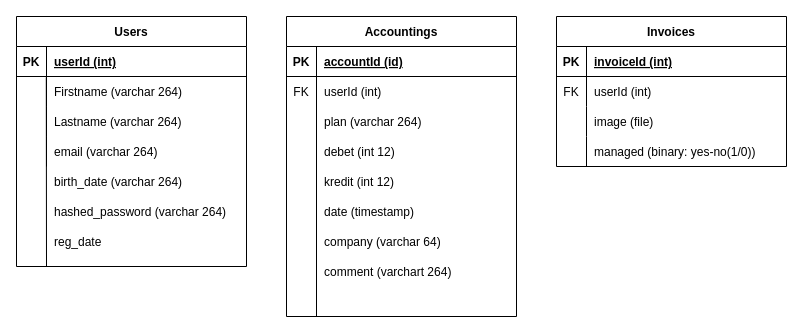
This is ER_diagram.drawio from LucasHSchuber/react_projekt_javascriptbaserad_webbutveckling, a draw.io file, before an edit. Source tidied: cells renumbered, new cells numbered last; positions are measured from the earlier drawing's top-left corner, leaving out a move shared by most shapes. Both pictures are drawn from the tidied source at 100%, with x=0, y=0 at pixel (16, 16).
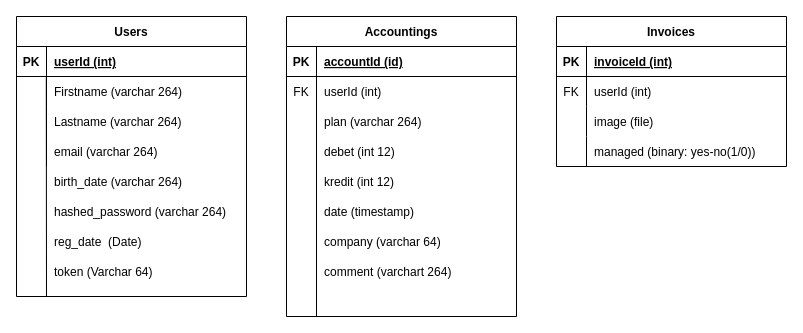
Above is the later version.

Diff of the diagram source:
```diff
@@
     <mxCell id="2" value="Users" style="shape=table;startSize=30;childLayout=tableLayout;rowLines=0;fontStyle=1;align=center;" parent="1" vertex="1">
-      <mxGeometry width="230" height="250" as="geometry" />
+      <mxGeometry width="230" height="280" as="geometry" />
     </mxCell>
@@
-    <mxCell id="15" value="reg_date " style="shape=partialRectangle;fillColor=none;top=0;left=0;bottom=0;right=0;align=left;spacingLeft=6;overflow=hidden;" parent="1" vertex="1">
+    <mxCell id="15" value="reg_date  (Date)" style="shape=partialRectangle;fillColor=none;top=0;left=0;bottom=0;right=0;align=left;spacingLeft=6;overflow=hidden;" parent="1" vertex="1">
       <mxGeometry x="30" y="210" width="150" height="30" as="geometry" />
     </mxCell>
@@
     <mxCell id="18" style="endArrow=none;html=1;rounded=0;exitX=0.171;exitY=0.03;exitDx=0;exitDy=0;exitPerimeter=0;" parent="1" edge="1">
       <mxGeometry relative="1" as="geometry">
         <mxPoint x="29.8" y="60.9" as="sourcePoint" />
-        <mxPoint x="30" y="250" as="targetPoint" />
+        <mxPoint x="30" y="280" as="targetPoint" />
       </mxGeometry>
     </mxCell>
@@
+    <mxCell id="50" value="token (Varchar 64)" style="shape=partialRectangle;fillColor=none;top=0;left=0;bottom=0;right=0;align=left;spacingLeft=6;overflow=hidden;" parent="1" vertex="1">
+      <mxGeometry x="30" y="240" width="150" height="30" as="geometry" />
+    </mxCell>
```
